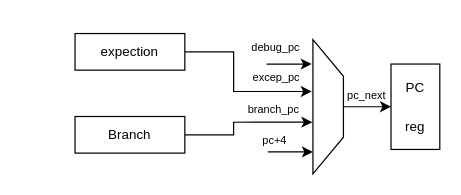
Above: NaiveMIPS.drawio in zhifanhe/python (draw.io), before the change. Source tidied: cells renumbered, new cells numbered last; positions are measured from the earlier drawing's top-left corner, leaving out a move shared by most shapes. Both pictures are drawn from the tidied source at 122%, with x=0, y=0 at pixel (74, 33).
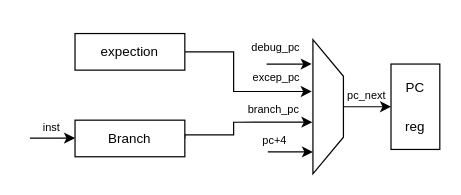
The same diagram, later.

Change to the diagram source:
```diff
@@
     <mxCell id="16" value="&lt;h5 style=&quot;font-size: 11px;&quot;&gt;&lt;span style=&quot;font-weight: 400;&quot;&gt;Branch&lt;/span&gt;&lt;/h5&gt;" style="rounded=0;whiteSpace=wrap;html=1;fontSize=11;fontStyle=1;" parent="1" vertex="1">
-      <mxGeometry y="68" width="90" height="30" as="geometry" />
+      <mxGeometry y="71" width="90" height="30" as="geometry" />
     </mxCell>
+    <mxCell id="17" style="endArrow=classic;html=1;rounded=0;entryX=0;entryY=0.5;entryDx=0;entryDy=0;exitX=0.5;exitY=0;exitDx=0;exitDy=0;" parent="1" edge="1">
+      <mxGeometry relative="1" as="geometry">
+        <mxPoint x="-37" y="85.7" as="sourcePoint" />
+        <mxPoint y="85.7" as="targetPoint" />
+      </mxGeometry>
+    </mxCell>
+    <mxCell id="18" value="inst" style="text;strokeColor=none;fillColor=none;spacingLeft=4;spacingRight=4;overflow=hidden;fontSize=9;strokeWidth=0;" parent="1" vertex="1">
+      <mxGeometry x="-32" y="65" width="62" height="20" as="geometry" />
+    </mxCell>
```
